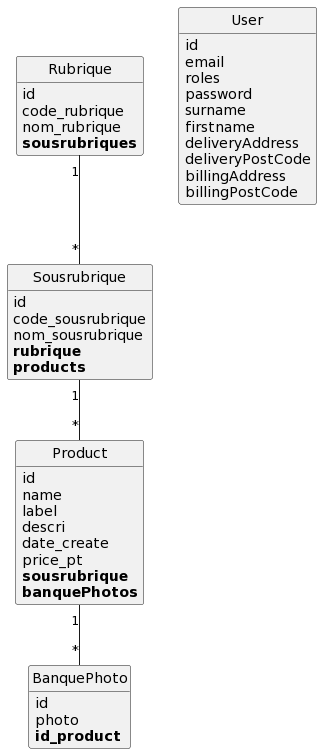
Above: puml/index.png in jeanmarie80000/village_green_project (PlantUML), before the change.
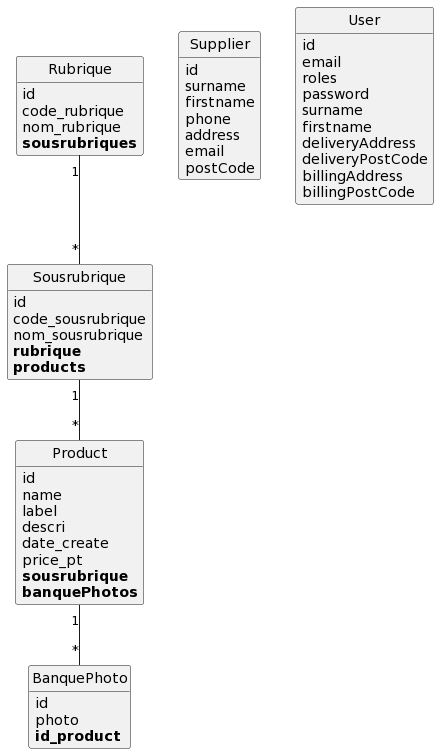
After the change.

Diff of the diagram source:
```diff
@@ -31,6 +31,16 @@
 	**products**
 }
 
+class Supplier {
+	id
+	surname
+	firstname
+	phone
+	address
+	email
+	postCode
+}
+
 class User {
 	id
 	email
```
